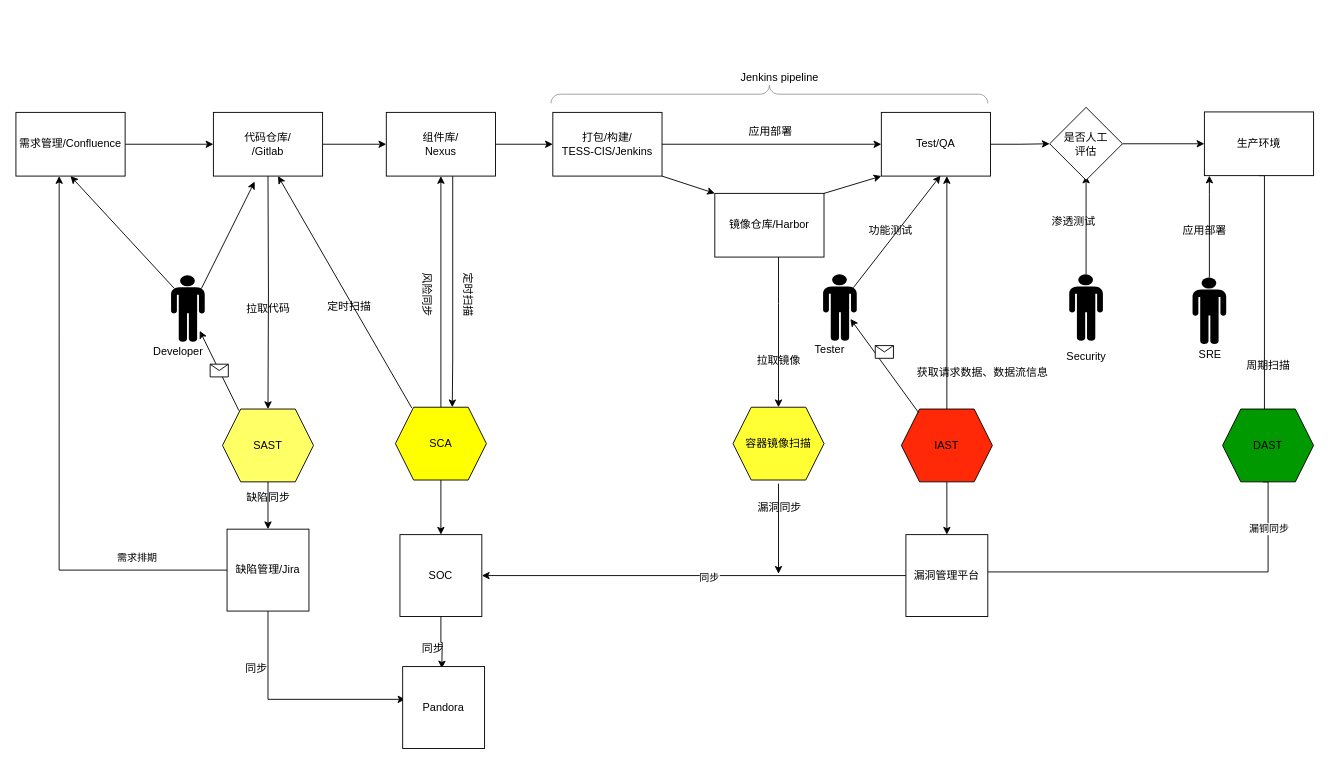
The draw.io diagram Untitled Diagram.drawio in March110/-, before the edit. Source tidied: cells renumbered, new cells numbered last; positions are measured from the earlier drawing's top-left corner, leaving out a move shared by most shapes. Both pictures are drawn from the tidied source at 91%, with x=0, y=0 at pixel (15, 68).
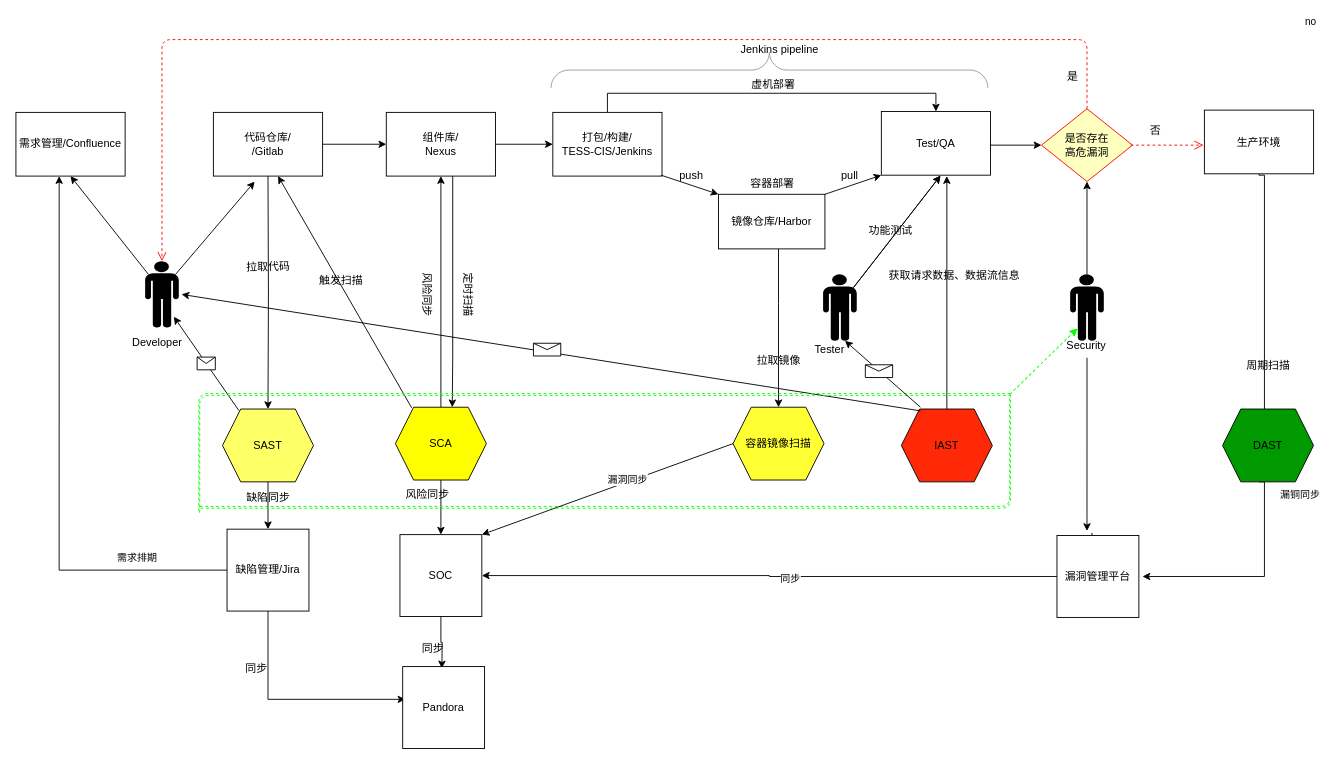
The same page after the edit.

The change refers to these unchanged cells:
```xml
<mxCell id="6" value="&lt;div&gt;代码仓库/&lt;/div&gt;/Gitlab" style="rounded=0;whiteSpace=wrap;html=1;" parent="1" vertex="1">
  <mxGeometry x="217" y="48" width="120" height="70" as="geometry" />
</mxCell>
<mxCell id="20" value="&lt;div&gt;打包/构建/&lt;/div&gt;&lt;div&gt;TESS-CIS/Jenkins&lt;br&gt;&lt;/div&gt;" style="rounded=0;whiteSpace=wrap;html=1;" parent="1" vertex="1">
  <mxGeometry x="590" y="48" width="120" height="70" as="geometry" />
</mxCell>
<mxCell id="24" value="IAST" style="shape=hexagon;perimeter=hexagonPerimeter2;whiteSpace=wrap;html=1;fixedSize=1;fillColor=#FF2908;" parent="1" vertex="1">
  <mxGeometry x="973" y="374" width="100" height="80" as="geometry" />
</mxCell>
<mxCell id="26" value="容器镜像扫描" style="shape=hexagon;perimeter=hexagonPerimeter2;whiteSpace=wrap;html=1;fixedSize=1;fillColor=#FFFF33;" parent="1" vertex="1">
  <mxGeometry x="788" y="372" width="100" height="80" as="geometry" />
</mxCell>
<mxCell id="41" style="shape=mxgraph.signs.people.man_1;html=1;fillColor=#000000;strokeColor=none;verticalLabelPosition=bottom;verticalAlign=top;align=center;" parent="1" vertex="1">
  <mxGeometry x="887" y="226" width="37" height="73" as="geometry" />
</mxCell>
<mxCell id="71" value="SOC" style="whiteSpace=wrap;html=1;" parent="1" vertex="1">
  <mxGeometry x="422" y="512" width="90" height="90" as="geometry" />
</mxCell>
```

What changed in the source:
```diff
@@
-    <mxCell id="2" style="edgeStyle=orthogonalEdgeStyle;rounded=0;jettySize=auto;html=1;entryX=0;entryY=0.5;entryDx=0;entryDy=0;" parent="1" edge="1" source="3" target="6">
-      <mxGeometry relative="1" as="geometry" />
-    </mxCell>
-    <mxCell id="3" value="需求管理/Confluence" style="rounded=0;whiteSpace=wrap;html=1;" parent="1" vertex="1">
+    <mxCell id="3" value="需求管理/Confluence" style="rounded=0;whiteSpace=wrap;html=1;font-weight: 600;" parent="1" vertex="1">
       <mxGeometry y="48" width="120" height="70" as="geometry" />
     </mxCell>
@@
     <mxCell id="15" value="拉取代码" style="text;html=1;align=center;verticalAlign=middle;rotation=-1;" parent="1" vertex="1">
-      <mxGeometry x="247" y="253.5" width="60" height="20" as="geometry" />
+      <mxGeometry x="247" y="207.5" width="60" height="20" as="geometry" />
     </mxCell>
@@
-    <mxCell id="19" style="edgeStyle=orthogonalEdgeStyle;rounded=0;orthogonalLoop=1;jettySize=auto;html=1;entryX=0;entryY=0.5;entryDx=0;entryDy=0;" parent="1" edge="1">
-      <mxGeometry relative="1" as="geometry">
-        <mxPoint x="710" y="83" as="sourcePoint" />
-        <mxPoint x="951" y="83" as="targetPoint" />
-      </mxGeometry>
+    <mxCell id="19" style="edgeStyle=orthogonalEdgeStyle;rounded=0;jettySize=auto;html=1;entryX=0.5;entryY=0;entryDx=0;entryDy=0;exitX=0.5;exitY=0;exitDx=0;exitDy=0;" parent="1" edge="1" source="20" target="22">
+      <mxGeometry relative="1" as="geometry" />
     </mxCell>
@@
-    <mxCell id="21" style="edgeStyle=orthogonalEdgeStyle;rounded=0;jettySize=auto;html=1;exitX=1;exitY=0.5;exitDx=0;exitDy=0;" parent="1" edge="1" source="69" target="28">
-      <mxGeometry relative="1" as="geometry" />
-    </mxCell>
     <mxCell id="22" value="&lt;div&gt;Test/QA&lt;br&gt;&lt;/div&gt;" style="rounded=0;whiteSpace=wrap;html=1;" parent="1" vertex="1">
-      <mxGeometry x="951" y="48" width="120" height="70" as="geometry" />
+      <mxGeometry x="951" y="47" width="120" height="70" as="geometry" />
     </mxCell>
@@
-    <mxCell id="25" style="edgeStyle=orthogonalEdgeStyle;rounded=0;orthogonalLoop=1;jettySize=auto;html=1;" parent="1" edge="1">
-      <mxGeometry relative="1" as="geometry">
-        <mxPoint x="838" y="456" as="sourcePoint" />
-        <mxPoint x="838" y="555" as="targetPoint" />
-      </mxGeometry>
-    </mxCell>
@@
     <mxCell id="28" value="生产环境" style="rounded=0;whiteSpace=wrap;html=1;" parent="1" vertex="1">
-      <mxGeometry x="1306" y="47.5" width="120" height="70" as="geometry" />
+      <mxGeometry x="1306" y="45.5" width="120" height="70" as="geometry" />
     </mxCell>
     <mxCell id="29" style="edgeStyle=orthogonalEdgeStyle;rounded=0;orthogonalLoop=1;jettySize=auto;html=1;exitX=0.5;exitY=1;exitDx=0;exitDy=0;" parent="1" edge="1">
       <mxGeometry relative="1" as="geometry">
-        <mxPoint x="1370" y="454" as="sourcePoint" />
-        <mxPoint x="1037" y="587" as="targetPoint" />
+        <mxPoint x="1366" y="454" as="sourcePoint" />
+        <mxPoint x="1238" y="558" as="targetPoint" />
         <Array as="points">
-          <mxPoint x="1376" y="454" />
-          <mxPoint x="1376" y="553" />
-          <mxPoint x="1042" y="553" />
-          <mxPoint x="1042" y="587" />
+          <mxPoint x="1372" y="454" />
+          <mxPoint x="1372" y="558" />
         </Array>
       </mxGeometry>
     </mxCell>
@@
     <mxCell id="34" style="shape=mxgraph.signs.people.man_1;html=1;fillColor=#000000;strokeColor=none;verticalLabelPosition=bottom;verticalAlign=top;align=center;" parent="1" vertex="1">
-      <mxGeometry x="170.5" y="227" width="37" height="73" as="geometry" />
+      <mxGeometry x="142" y="211.5" width="37" height="73" as="geometry" />
     </mxCell>
     <mxCell id="35" value="获取请求数据、数据流信息" style="text;html=1;align=center;verticalAlign=middle;" parent="1" vertex="1">
-      <mxGeometry x="982" y="324" width="160" height="20" as="geometry" />
+      <mxGeometry x="951" y="218" width="160" height="20" as="geometry" />
     </mxCell>
@@
-    <mxCell id="37" value="漏洞同步" style="text;html=1;align=center;verticalAlign=middle;" parent="1" vertex="1">
-      <mxGeometry x="809" y="473" width="60" height="20" as="geometry" />
-    </mxCell>
@@
     <mxCell id="40" value="Developer" style="text;html=1;align=center;verticalAlign=middle;" parent="1" vertex="1">
-      <mxGeometry x="142.5" y="301" width="70" height="20" as="geometry" />
+      <mxGeometry x="120" y="291" width="70" height="20" as="geometry" />
     </mxCell>
@@
-    <mxCell id="44" style="edgeStyle=orthogonalEdgeStyle;rounded=0;jettySize=auto;html=1;" parent="1" edge="1" source="45">
-      <mxGeometry relative="1" as="geometry">
-        <mxPoint x="1176" y="117.5" as="targetPoint" />
-      </mxGeometry>
-    </mxCell>
     <mxCell id="45" style="shape=mxgraph.signs.people.man_1;html=1;fillColor=#000000;strokeColor=none;verticalLabelPosition=bottom;verticalAlign=top;align=center;" parent="1" vertex="1">
-      <mxGeometry x="1157.5" y="226" width="37" height="73" as="geometry" />
+      <mxGeometry x="1158.5" y="226" width="37" height="73" as="geometry" />
     </mxCell>
-    <mxCell id="46" value="SRE" style="text;html=1;align=center;verticalAlign=middle;" parent="1" vertex="1">
-      <mxGeometry x="1291.5" y="304" width="40" height="20" as="geometry" />
-    </mxCell>
     <mxCell id="47" style="verticalLabelPosition=bottom;shadow=0;dashed=0;align=center;html=1;verticalAlign=top;strokeWidth=1;shape=mxgraph.mockup.markup.curlyBrace;strokeColor=#999999;fillColor=#00FF00;" parent="1" vertex="1">
-      <mxGeometry x="588" y="18" width="480" height="20" as="geometry" />
+      <mxGeometry x="588" y="-18" width="480" height="39" as="geometry" />
     </mxCell>
-    <mxCell id="48" style="edgeStyle=orthogonalEdgeStyle;rounded=0;jettySize=auto;html=1;entryX=0;entryY=0.5;entryDx=0;entryDy=0;exitX=1;exitY=0.5;exitDx=0;exitDy=0;" parent="1" edge="1" source="22" target="69">
-      <mxGeometry relative="1" as="geometry" />
+    <mxCell id="48" style="edgeStyle=orthogonalEdgeStyle;rounded=0;jettySize=auto;html=1;entryX=0;entryY=0.5;entryDx=0;entryDy=0;exitX=1;exitY=0.5;exitDx=0;exitDy=0;" parent="1" edge="1" source="22" target="84">
+      <mxGeometry relative="1" as="geometry">
+        <Array as="points">
+          <mxPoint x="1071" y="84" />
+        </Array>
+      </mxGeometry>
     </mxCell>
-    <mxCell id="49" style="edgeStyle=orthogonalEdgeStyle;rounded=0;jettySize=auto;html=1;" parent="1" edge="1" source="50" target="28">
-      <mxGeometry relative="1" as="geometry">
-        <Array as="points">
-          <mxPoint x="1311" y="138" />
-          <mxPoint x="1311" y="138" />
-        </Array>
-      </mxGeometry>
-    </mxCell>
-    <mxCell id="50" style="shape=mxgraph.signs.people.man_1;html=1;fillColor=#000000;strokeColor=none;verticalLabelPosition=bottom;verticalAlign=top;align=center;" parent="1" vertex="1">
-      <mxGeometry x="1293" y="229.5" width="37" height="73" as="geometry" />
-    </mxCell>
     <mxCell id="51" value="Security" style="text;html=1;align=center;verticalAlign=middle;points=[];" parent="1" vertex="1">
-      <mxGeometry x="1146" y="307" width="60" height="20" as="geometry" />
+      <mxGeometry x="1146" y="294" width="60" height="20" as="geometry" />
     </mxCell>
@@
-    <mxCell id="53" style="endArrow=classic;html=1;entryX=0;entryY=0;entryDx=0;entryDy=0;exitX=1;exitY=1;exitDx=0;exitDy=0;" parent="1" edge="1" source="20" target="56">
-      <mxGeometry relative="1" as="geometry" />
-    </mxCell>
@@
     <mxCell id="56" value="&lt;div&gt;镜像仓库/Harbor&lt;br&gt;&lt;/div&gt;" style="rounded=0;whiteSpace=wrap;html=1;" parent="1" vertex="1">
-      <mxGeometry x="768" y="137" width="120" height="70" as="geometry" />
+      <mxGeometry x="772" y="138" width="117" height="60" as="geometry" />
     </mxCell>
-    <mxCell id="57" value="应用部署" style="text;html=1;align=center;verticalAlign=middle;" parent="1" vertex="1">
-      <mxGeometry x="799" y="59" width="60" height="20" as="geometry" />
-    </mxCell>
@@
-    <mxCell id="60" style="endArrow=classic;html=1;entryX=0.811;entryY=0.671;entryDx=0;entryDy=0;entryPerimeter=0;" parent="1" edge="1" target="41">
+    <mxCell id="60" style="endArrow=classic;html=1;" parent="1" edge="1">
       <mxGeometry relative="1" as="geometry">
-        <mxPoint x="992" y="378" as="sourcePoint" />
+        <mxPoint x="994" y="376" as="sourcePoint" />
+        <mxPoint x="182" y="248" as="targetPoint" />
       </mxGeometry>
     </mxCell>
     <mxCell id="61" style="shape=message;html=1;" parent="60" vertex="1">
-      <mxGeometry width="20" height="14" relative="1" as="geometry">
-        <mxPoint x="-10" y="-22" as="offset" />
+      <mxGeometry width="30" height="14" relative="1" as="geometry">
+        <mxPoint x="-19.3" y="-10.3" as="offset" />
       </mxGeometry>
     </mxCell>
@@
-    <mxCell id="64" value="定时扫描" style="text;html=1;align=center;verticalAlign=middle;" parent="1" vertex="1">
-      <mxGeometry x="336" y="252" width="60" height="20" as="geometry" />
+    <mxCell id="64" value="触发扫描" style="text;html=1;align=center;verticalAlign=middle;" parent="1" vertex="1">
+      <mxGeometry x="327" y="223" width="60" height="20" as="geometry" />
     </mxCell>
@@
+    <mxCell id="80" style="edgeStyle=none;jettySize=auto;html=1;dashed=1;endArrow=none;fillColor=#FF1008;" parent="1" edge="1" source="67">
+      <mxGeometry relative="1" as="geometry">
+        <mxPoint x="1182" y="508" as="targetPoint" />
+      </mxGeometry>
+    </mxCell>
     <mxCell id="67" value="漏洞管理平台" style="whiteSpace=wrap;html=1;" parent="1" vertex="1">
-      <mxGeometry x="978" y="512" width="90" height="90" as="geometry" />
+      <mxGeometry x="1144" y="513" width="90" height="90" as="geometry" />
     </mxCell>
-    <mxCell id="68" style="edgeStyle=orthogonalEdgeStyle;rounded=0;jettySize=auto;html=1;" parent="1" edge="1" source="24" target="67">
-      <mxGeometry relative="1" as="geometry" />
-    </mxCell>
-    <mxCell id="69" value="&lt;div&gt;是否人工&lt;/div&gt;&lt;div&gt;评估&lt;/div&gt;" style="rhombus;whiteSpace=wrap;html=1;fillColor=#FFFFFF;" parent="1" vertex="1">
-      <mxGeometry x="1136" y="42.5" width="80" height="80" as="geometry" />
-    </mxCell>
@@
-    <mxCell id="73" value="渗透测试" style="text;html=1;align=center;verticalAlign=middle;" parent="1" vertex="1">
-      <mxGeometry x="1132" y="158" width="60" height="20" as="geometry" />
-    </mxCell>
     <mxCell id="74" value="Jenkins pipeline" style="text;html=1;align=center;verticalAlign=middle;" parent="1" vertex="1">
-      <mxGeometry x="789" width="100" height="20" as="geometry" />
+      <mxGeometry x="789" y="-31" width="100" height="20" as="geometry" />
     </mxCell>
@@
-    <mxCell id="77" value="应用部署" style="text;html=1;align=center;verticalAlign=middle;" parent="1" vertex="1">
-      <mxGeometry x="1276" y="168" width="60" height="20" as="geometry" />
-    </mxCell>
@@
+    <mxCell id="81" style="edgeStyle=orthogonalEdgeStyle;rounded=0;jettySize=auto;html=1;entryX=0.5;entryY=1;entryDx=0;entryDy=0;" parent="1" edge="1" source="45" target="84">
+      <mxGeometry relative="1" as="geometry" />
+    </mxCell>
+    <mxCell id="82" value="容器部署" style="text;html=1;align=center;verticalAlign=middle;" parent="1" vertex="1">
+      <mxGeometry x="800.5" y="115.5" width="60" height="20" as="geometry" />
+    </mxCell>
+    <mxCell id="83" style="endArrow=none;dashed=1;html=1;strokeColor=#00FF00;fillColor=#FF1008;" parent="1" edge="1">
+      <mxGeometry relative="1" as="geometry">
+        <mxPoint x="202" y="481" as="sourcePoint" />
+        <mxPoint x="1092" y="358" as="targetPoint" />
+        <Array as="points">
+          <mxPoint x="1092" y="481" />
+        </Array>
+      </mxGeometry>
+    </mxCell>
+    <mxCell id="84" value="&lt;div&gt;是否存在&lt;/div&gt;&lt;div&gt;高危漏洞&lt;/div&gt;" style="rhombus;whiteSpace=wrap;html=1;fillColor=#ffffc0;strokeColor=#ff0000;" parent="1" vertex="1">
+      <mxGeometry x="1127" y="44" width="100" height="80" as="geometry" />
+    </mxCell>
+    <mxCell id="85" value="no" style="edgeStyle=orthogonalEdgeStyle;html=1;align=left;verticalAlign=bottom;endArrow=open;endSize=8;strokeColor=#ff0000;dashed=1;fillColor=#FF1008;" parent="1" edge="1">
+      <mxGeometry x="1" y="167" relative="1" as="geometry">
+        <mxPoint x="1225" y="84" as="sourcePoint" />
+        <mxPoint x="1305" y="84" as="targetPoint" />
+        <Array as="points">
+          <mxPoint x="1225" y="84" />
+        </Array>
+        <mxPoint x="110" y="41" as="offset" />
+      </mxGeometry>
+    </mxCell>
+    <mxCell id="86" style="edgeStyle=orthogonalEdgeStyle;html=1;align=left;verticalAlign=top;endArrow=open;endSize=8;strokeColor=#ff0000;dashed=1;fillColor=#FF1008;entryX=0.5;entryY=0;entryDx=0;entryDy=0;entryPerimeter=0;" parent="1" edge="1" source="84" target="34">
+      <mxGeometry x="-1" relative="1" as="geometry">
+        <Array as="points">
+          <mxPoint x="1177" y="-32" />
+          <mxPoint x="160" y="-32" />
+        </Array>
+      </mxGeometry>
+    </mxCell>
+    <mxCell id="87" style="edgeStyle=none;jettySize=auto;html=1;dashed=1;endArrow=none;fillColor=#FF1008;" parent="1" edge="1" target="84">
+      <mxGeometry relative="1" as="geometry">
+        <mxPoint x="1222" y="79.5" as="sourcePoint" />
+      </mxGeometry>
+    </mxCell>
+    <mxCell id="88" style="edgeStyle=none;jettySize=auto;html=1;dashed=1;endArrow=none;fillColor=#FF1008;" parent="1" edge="1" target="84">
+      <mxGeometry relative="1" as="geometry">
+        <mxPoint x="1222" y="79.5" as="sourcePoint" />
+      </mxGeometry>
+    </mxCell>
+    <mxCell id="89" style="endArrow=classic;html=1;dashed=0;fillColor=#FF1008;entryX=1;entryY=0;entryDx=0;entryDy=0;exitX=0;exitY=0.5;exitDx=0;exitDy=0;" parent="1" edge="1" source="26" target="71">
+      <mxGeometry relative="1" as="geometry" />
+    </mxCell>
+    <mxCell id="37" value="漏洞同步" style="edgeLabel;html=1;align=center;verticalAlign=middle;" parent="89" vertex="1">
+      <mxGeometry x="-0.16" y="-3" relative="1" as="geometry" />
+    </mxCell>
+    <mxCell id="90" style="edgeStyle=orthogonalEdgeStyle;rounded=0;jettySize=auto;html=1;exitX=0.517;exitY=1.183;exitDx=0;exitDy=0;exitPerimeter=0;" parent="1" edge="1" source="51">
+      <mxGeometry relative="1" as="geometry">
+        <mxPoint x="1177" y="508" as="targetPoint" />
+        <Array as="points">
+          <mxPoint x="1177" y="488" />
+          <mxPoint x="1177" y="488" />
+        </Array>
+      </mxGeometry>
+    </mxCell>
+    <mxCell id="91" style="endArrow=classic;html=1;exitX=0.9;exitY=0.2;exitDx=0;exitDy=0;exitPerimeter=0;" parent="1" edge="1">
+      <mxGeometry relative="1" as="geometry">
+        <mxPoint x="920.3" y="240.6" as="sourcePoint" />
+        <mxPoint x="1016" y="117.5" as="targetPoint" />
+      </mxGeometry>
+    </mxCell>
+    <mxCell id="92" style="endArrow=classic;html=1;dashed=1;fillColor=#00FF00;entryX=0.212;entryY=0.817;entryDx=0;entryDy=0;entryPerimeter=0;strokeColor=#00FF00;" parent="1" edge="1" target="45">
+      <mxGeometry relative="1" as="geometry">
+        <mxPoint x="1092" y="358" as="sourcePoint" />
+      </mxGeometry>
+    </mxCell>
+    <mxCell id="93" value="风险同步" style="text;html=1;align=center;verticalAlign=middle;" parent="1" vertex="1">
+      <mxGeometry x="422" y="458" width="60" height="20" as="geometry" />
+    </mxCell>
+    <mxCell id="94" value="是" style="text;html=1;align=center;verticalAlign=middle;" parent="1" vertex="1">
+      <mxGeometry x="1146" y="-1" width="30" height="20" as="geometry" />
+    </mxCell>
+    <mxCell id="95" value="否" style="text;html=1;align=center;verticalAlign=middle;" parent="1" vertex="1">
+      <mxGeometry x="1237" y="58" width="30" height="20" as="geometry" />
+    </mxCell>
+    <mxCell id="96" style="endArrow=classic;html=1;entryX=0;entryY=0;entryDx=0;entryDy=0;exitX=1;exitY=0;exitDx=0;exitDy=0;" parent="1" edge="1" target="56">
+      <mxGeometry relative="1" as="geometry">
+        <mxPoint x="709" y="117" as="sourcePoint" />
+      </mxGeometry>
+    </mxCell>
+    <mxCell id="97" value="虚机部署" style="text;html=1;align=center;verticalAlign=middle;" parent="1" vertex="1">
+      <mxGeometry x="802" y="8" width="60" height="20" as="geometry" />
+    </mxCell>
+    <mxCell id="98" value="push" style="text;html=1;align=center;verticalAlign=middle;" parent="1" vertex="1">
+      <mxGeometry x="722" y="108" width="40" height="20" as="geometry" />
+    </mxCell>
+    <mxCell id="99" value="pull" style="text;html=1;align=center;verticalAlign=middle;" parent="1" vertex="1">
+      <mxGeometry x="901" y="108" width="30" height="20" as="geometry" />
+    </mxCell>
+    <mxCell id="100" style="endArrow=none;dashed=1;html=0;strokeColor=#00FF00;fillColor=#FF1008;border:5px;" parent="1" edge="1">
+      <mxGeometry relative="1" as="geometry">
+        <mxPoint x="202" y="488" as="sourcePoint" />
+        <mxPoint x="1095" y="359" as="targetPoint" />
+        <Array as="points">
+          <mxPoint x="202" y="428" />
+          <mxPoint x="202" y="359" />
+        </Array>
+      </mxGeometry>
+    </mxCell>
+    <mxCell id="101" style="endArrow=none;dashed=1;html=0;strokeColor=#00FF00;fillColor=#FF1008;border:5px;" parent="1" edge="1">
+      <mxGeometry relative="1" as="geometry">
+        <mxPoint x="201" y="486" as="sourcePoint" />
+        <mxPoint x="1094" y="357" as="targetPoint" />
+        <Array as="points">
+          <mxPoint x="201" y="426" />
+          <mxPoint x="201" y="357" />
+        </Array>
+      </mxGeometry>
+    </mxCell>
+    <mxCell id="102" style="endArrow=none;dashed=1;html=1;strokeColor=#00FF00;fillColor=#FF1008;" parent="1" edge="1">
+      <mxGeometry relative="1" as="geometry">
+        <mxPoint x="203" y="483" as="sourcePoint" />
+        <mxPoint x="1093" y="360" as="targetPoint" />
+        <Array as="points">
+          <mxPoint x="1093" y="483" />
+        </Array>
+      </mxGeometry>
+    </mxCell>
+    <mxCell id="103" style="endArrow=classic;html=1;dashed=1;fillColor=#00FF00;entryX=0.212;entryY=0.817;entryDx=0;entryDy=0;entryPerimeter=0;strokeColor=#00FF00;" parent="1" edge="1">
+      <mxGeometry relative="1" as="geometry">
+        <mxPoint x="1092" y="358" as="sourcePoint" />
+        <mxPoint x="1166.3" y="285.6" as="targetPoint" />
+      </mxGeometry>
+    </mxCell>
+    <mxCell id="104" style="edgeStyle=none;orthogonalLoop=1;jettySize=auto;html=1;entryX=1;entryY=0.5;entryDx=0;entryDy=0;entryPerimeter=0;dashed=1;endArrow=none;fillColor=#FF1008;" parent="1" edge="1" source="34" target="34">
+      <mxGeometry relative="1" as="geometry" />
+    </mxCell>
+    <mxCell id="105" style="endArrow=classic;html=1;entryX=0.65;entryY=1;entryDx=0;entryDy=0;entryPerimeter=0;" parent="1" edge="1" target="41">
+      <mxGeometry relative="1" as="geometry">
+        <mxPoint x="994" y="372" as="sourcePoint" />
+      </mxGeometry>
+    </mxCell>
+    <mxCell id="106" style="shape=message;html=1;" parent="105" vertex="1">
+      <mxGeometry width="30" height="14" relative="1" as="geometry">
+        <mxPoint x="-19.3" y="-10.3" as="offset" />
+      </mxGeometry>
+    </mxCell>
```
